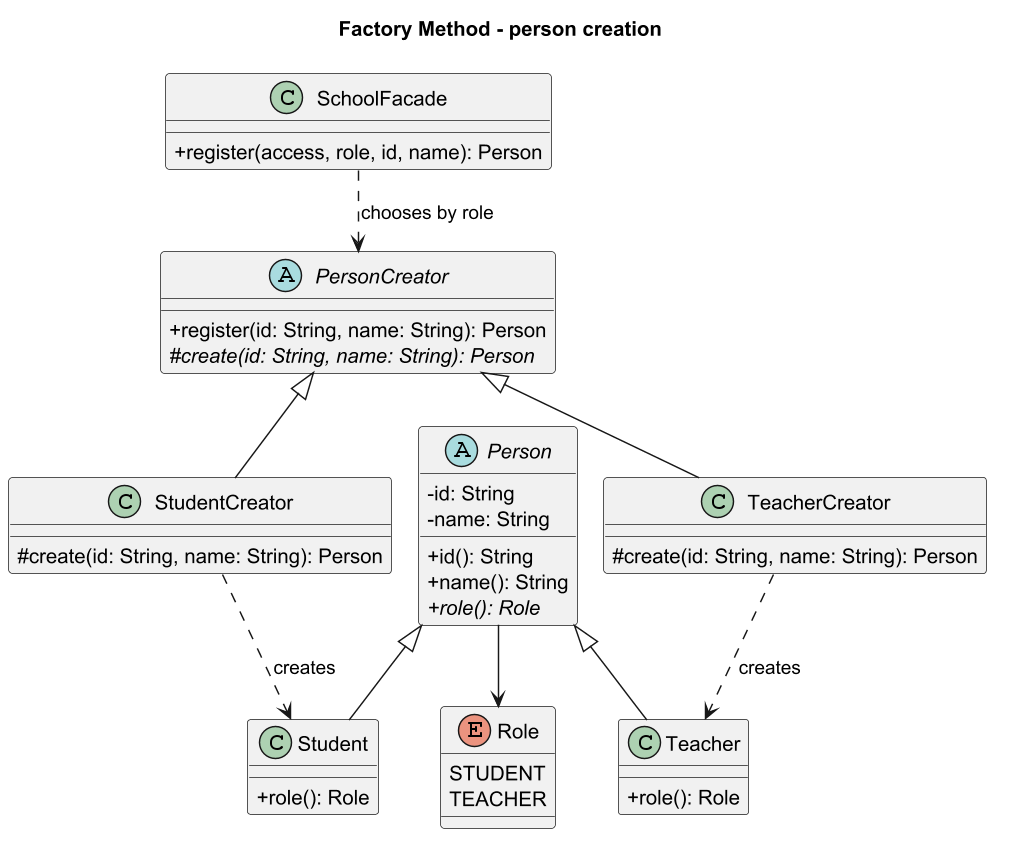
Before: docs/images/factory-method.png, a diagram exported from PlantUML (Asylstyle/school-management-system).
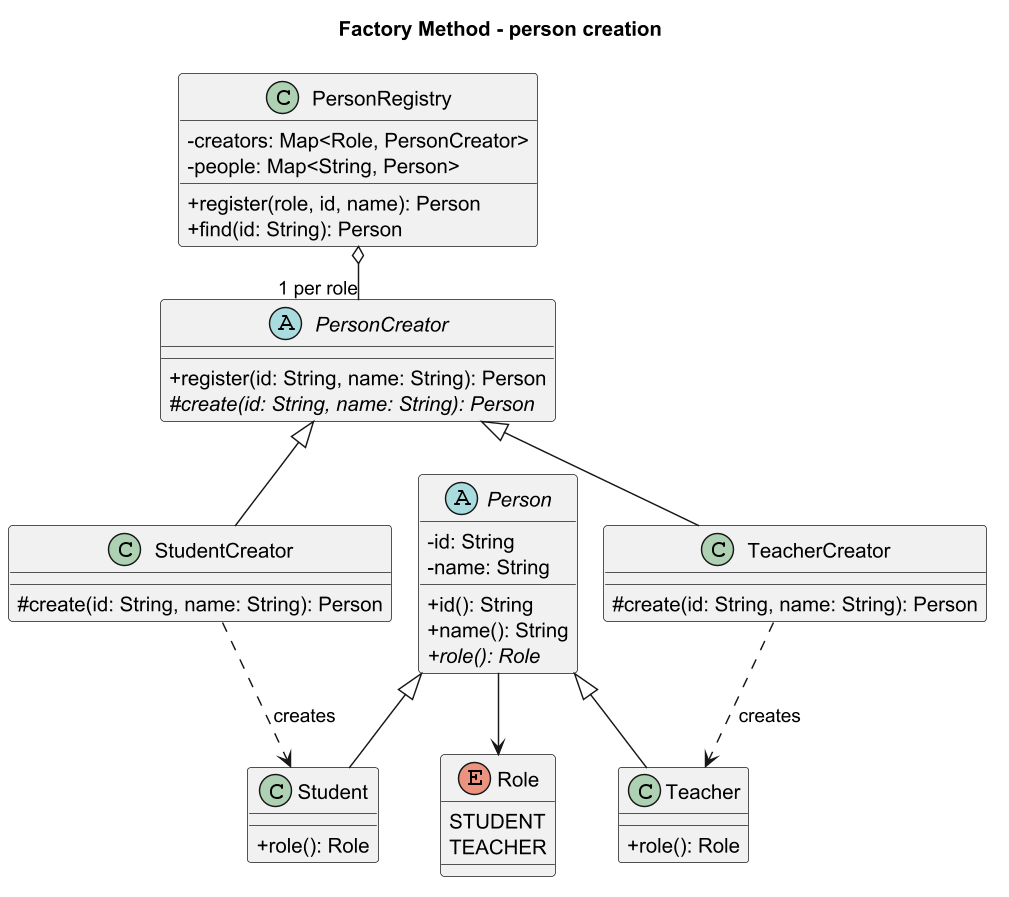
The same file after the commit.

The edit, as a diff of the source:
```diff
@@ -32,8 +32,11 @@
   STUDENT
   TEACHER
 }
-class SchoolFacade {
-  +register(access, role, id, name): Person
+class PersonRegistry {
+  -creators: Map<Role, PersonCreator>
+  -people: Map<String, Person>
+  +register(role, id, name): Person
+  +find(id: String): Person
 }
 
 PersonCreator <|-- StudentCreator
@@ -43,5 +46,5 @@
 StudentCreator ..> Student : creates
 TeacherCreator ..> Teacher : creates
 Person --> Role
-SchoolFacade ..> PersonCreator : chooses by role
+PersonRegistry o-- "1 per role" PersonCreator
 @enduml
```
